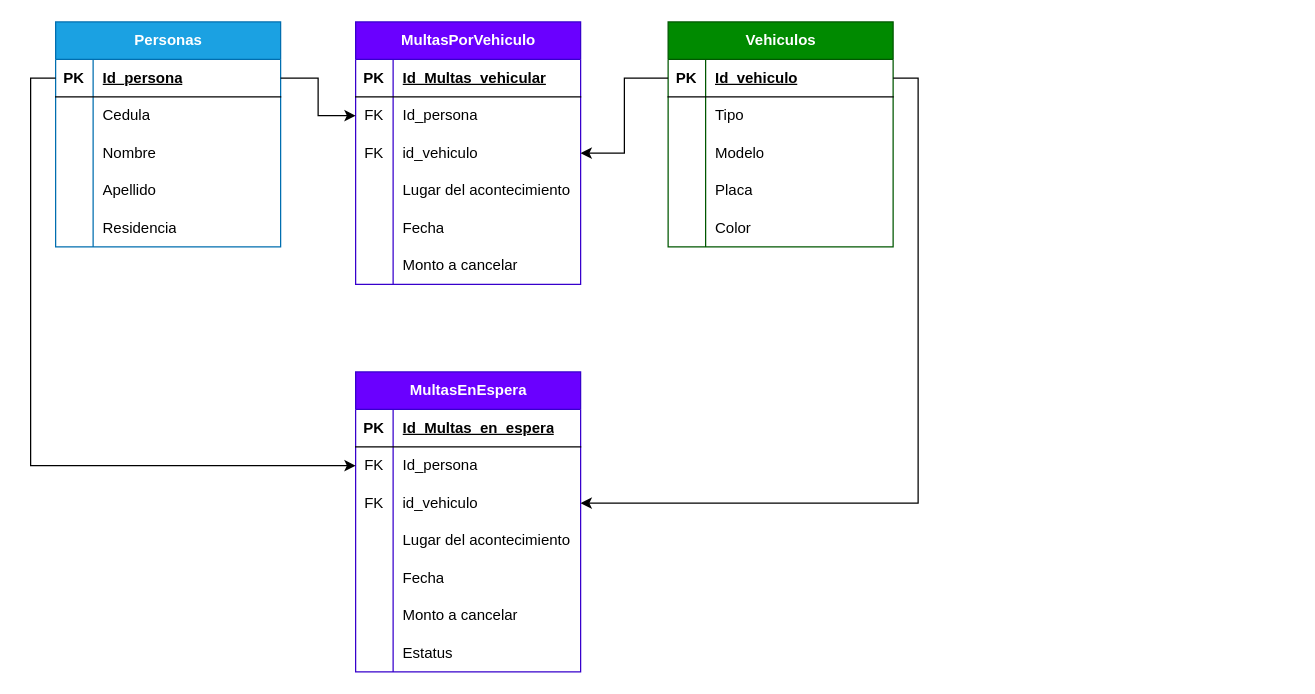
Enmanuel-86/MultasLoader keeps this draw.io diagram as src/diagrama entidad relacion.drawio. Above is the earlier version. Source tidied: cells renumbered, new cells numbered last; positions are measured from the earlier drawing's top-left corner, leaving out a move shared by most shapes. Both pictures are drawn from the tidied source at 125%, with x=0, y=0 at pixel (55, 21).
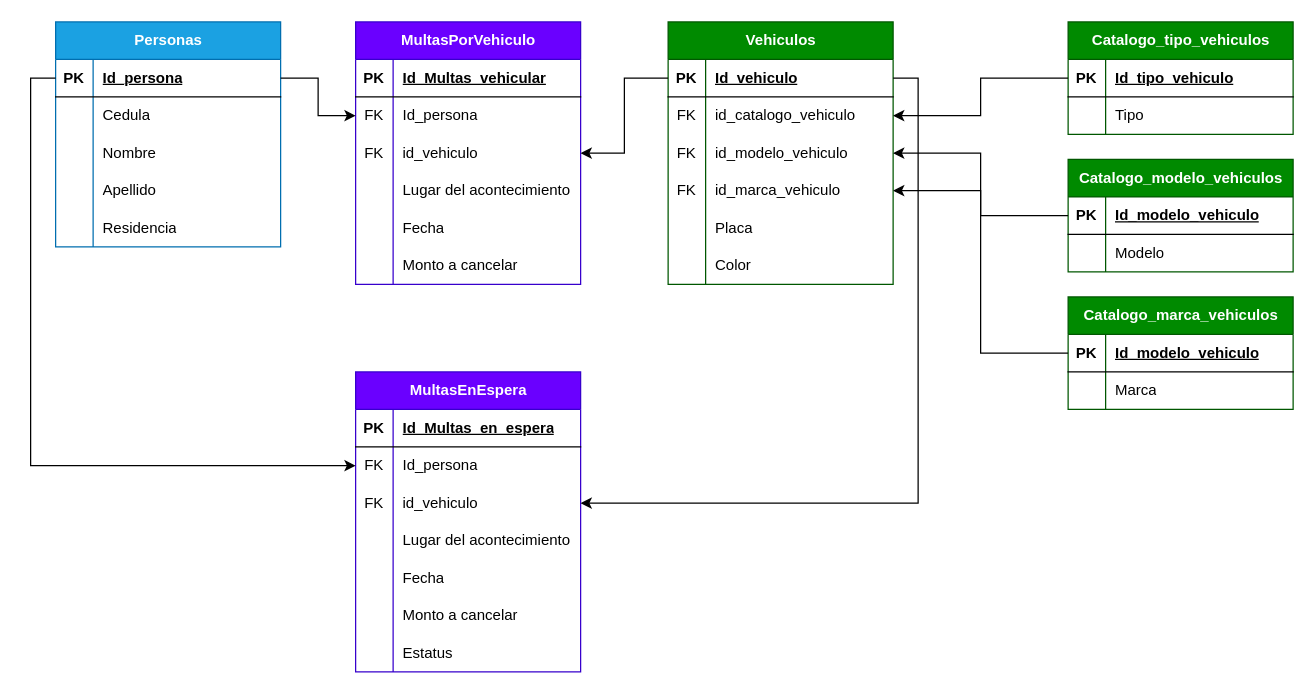
The same diagram, later.

Commit message (it also covers changes not shown here):
restructurando el diagrama

The change refers to these unchanged cells:
```xml
<mxCell id="22" style="shape=tableRow;horizontal=0;startSize=0;swimlaneHead=0;swimlaneBody=0;fillColor=none;points=[[0,0.5],[1,0.5]];portConstraint=eastwest;top=0;left=0;right=0;bottom=0;" parent="18" vertex="1">
  <mxGeometry y="60" width="180" height="30" as="geometry" />
</mxCell>
<mxCell id="25" style="shape=tableRow;horizontal=0;startSize=0;swimlaneHead=0;swimlaneBody=0;fillColor=none;points=[[0,0.5],[1,0.5]];portConstraint=eastwest;top=0;left=0;right=0;bottom=0;" parent="18" vertex="1">
  <mxGeometry y="90" width="180" height="30" as="geometry" />
</mxCell>
```

Change to the diagram source:
```diff
@@
     <mxCell id="18" value="Vehiculos" style="shape=table;startSize=30;childLayout=tableLayout;rowLines=0;fontStyle=1;align=center;html=1;verticalAlign=middle;fillColor=#008a00;fontColor=#ffffff;strokeColor=#005700;" parent="1" vertex="1">
-      <mxGeometry x="490" width="180" height="180" as="geometry" />
+      <mxGeometry x="490" width="180" height="210" as="geometry" />
     </mxCell>
@@
-    <mxCell id="23" style="shape=partialRectangle;fillColor=none;top=0;left=0;bottom=0;right=0;overflow=hidden;whiteSpace=wrap;html=1;" parent="22" vertex="1">
+    <mxCell id="23" value="FK" style="shape=partialRectangle;fillColor=none;top=0;left=0;bottom=0;right=0;overflow=hidden;whiteSpace=wrap;html=1;" parent="22" vertex="1">
       <mxGeometry width="30" height="30" as="geometry" />
     </mxCell>
-    <mxCell id="24" value="Tipo" style="shape=partialRectangle;fillColor=none;top=0;left=0;bottom=0;right=0;align=left;spacingLeft=6;overflow=hidden;whiteSpace=wrap;html=1;" parent="22" vertex="1">
+    <mxCell id="24" value="id_catalogo_vehiculo" style="shape=partialRectangle;fillColor=none;top=0;left=0;bottom=0;right=0;align=left;spacingLeft=6;overflow=hidden;whiteSpace=wrap;html=1;" parent="22" vertex="1">
       <mxGeometry x="30" width="150" height="30" as="geometry" />
     </mxCell>
@@
-    <mxCell id="26" style="shape=partialRectangle;fillColor=none;top=0;left=0;bottom=0;right=0;overflow=hidden;whiteSpace=wrap;html=1;" parent="25" vertex="1">
+    <mxCell id="26" value="FK" style="shape=partialRectangle;fillColor=none;top=0;left=0;bottom=0;right=0;overflow=hidden;whiteSpace=wrap;html=1;" parent="25" vertex="1">
       <mxGeometry width="30" height="30" as="geometry" />
     </mxCell>
-    <mxCell id="27" value="Modelo" style="shape=partialRectangle;fillColor=none;top=0;left=0;bottom=0;right=0;align=left;spacingLeft=6;overflow=hidden;whiteSpace=wrap;html=1;" parent="25" vertex="1">
+    <mxCell id="27" value="id_modelo_vehiculo" style="shape=partialRectangle;fillColor=none;top=0;left=0;bottom=0;right=0;align=left;spacingLeft=6;overflow=hidden;whiteSpace=wrap;html=1;" parent="25" vertex="1">
       <mxGeometry x="30" width="150" height="30" as="geometry" />
     </mxCell>
+    <mxCell id="79" style="shape=tableRow;horizontal=0;startSize=0;swimlaneHead=0;swimlaneBody=0;fillColor=none;points=[[0,0.5],[1,0.5]];portConstraint=eastwest;top=0;left=0;right=0;bottom=0;" parent="18" vertex="1">
+      <mxGeometry y="120" width="180" height="30" as="geometry" />
+    </mxCell>
+    <mxCell id="80" value="FK" style="shape=partialRectangle;fillColor=none;top=0;left=0;bottom=0;right=0;overflow=hidden;whiteSpace=wrap;html=1;" parent="79" vertex="1">
+      <mxGeometry width="30" height="30" as="geometry" />
+    </mxCell>
+    <mxCell id="81" value="id_marca_vehiculo" style="shape=partialRectangle;fillColor=none;top=0;left=0;bottom=0;right=0;align=left;spacingLeft=6;overflow=hidden;whiteSpace=wrap;html=1;" parent="79" vertex="1">
+      <mxGeometry x="30" width="150" height="30" as="geometry" />
+    </mxCell>
     <mxCell id="28" style="shape=tableRow;horizontal=0;startSize=0;swimlaneHead=0;swimlaneBody=0;fillColor=none;top=0;left=0;right=0;bottom=0;" parent="18" vertex="1">
-      <mxGeometry y="120" width="180" height="30" as="geometry" />
+      <mxGeometry y="150" width="180" height="30" as="geometry" />
     </mxCell>
@@
     <mxCell id="31" style="shape=tableRow;horizontal=0;startSize=0;swimlaneHead=0;swimlaneBody=0;fillColor=none;top=0;left=0;right=0;bottom=0;" parent="18" vertex="1">
-      <mxGeometry y="150" width="180" height="30" as="geometry" />
+      <mxGeometry y="180" width="180" height="30" as="geometry" />
     </mxCell>
@@
+    <mxCell id="82" value="Catalogo_tipo_vehiculos" style="shape=table;startSize=30;childLayout=tableLayout;rowLines=0;fontStyle=1;align=center;html=1;verticalAlign=middle;fillColor=#008a00;fontColor=#ffffff;strokeColor=#005700;" parent="1" vertex="1">
+      <mxGeometry x="810" width="180" height="90" as="geometry" />
+    </mxCell>
+    <mxCell id="83" style="shape=tableRow;horizontal=0;startSize=0;swimlaneHead=0;swimlaneBody=0;fillColor=none;points=[[0,0.5],[1,0.5]];portConstraint=eastwest;top=0;left=0;right=0;bottom=1;" parent="82" vertex="1">
+      <mxGeometry y="30" width="180" height="30" as="geometry" />
+    </mxCell>
+    <mxCell id="84" value="PK" style="shape=partialRectangle;fillColor=none;top=0;left=0;bottom=0;right=0;fontStyle=1;overflow=hidden;whiteSpace=wrap;html=1;" parent="83" vertex="1">
+      <mxGeometry width="30" height="30" as="geometry" />
+    </mxCell>
+    <mxCell id="85" value="Id_tipo_vehiculo" style="shape=partialRectangle;fillColor=none;top=0;left=0;bottom=0;right=0;align=left;spacingLeft=6;fontStyle=5;overflow=hidden;whiteSpace=wrap;html=1;" parent="83" vertex="1">
+      <mxGeometry x="30" width="150" height="30" as="geometry" />
+    </mxCell>
+    <mxCell id="86" style="shape=tableRow;horizontal=0;startSize=0;swimlaneHead=0;swimlaneBody=0;fillColor=none;top=0;left=0;right=0;bottom=0;" parent="82" vertex="1">
+      <mxGeometry y="60" width="180" height="30" as="geometry" />
+    </mxCell>
+    <mxCell id="87" style="shape=partialRectangle;fillColor=none;top=0;left=0;bottom=0;right=0;overflow=hidden;whiteSpace=wrap;html=1;" parent="86" vertex="1">
+      <mxGeometry width="30" height="30" as="geometry" />
+    </mxCell>
+    <mxCell id="88" value="Tipo" style="shape=partialRectangle;fillColor=none;top=0;left=0;bottom=0;right=0;align=left;spacingLeft=6;overflow=hidden;whiteSpace=wrap;html=1;" parent="86" vertex="1">
+      <mxGeometry x="30" width="150" height="30" as="geometry" />
+    </mxCell>
+    <mxCell id="89" style="edgeStyle=orthogonalEdgeStyle;rounded=0;jettySize=auto;html=1;exitX=0;exitY=0.5;exitDx=0;exitDy=0;" parent="1" edge="1" source="83" target="22">
+      <mxGeometry relative="1" as="geometry" />
+    </mxCell>
+    <mxCell id="90" value="Catalogo_modelo_vehiculos" style="shape=table;startSize=30;childLayout=tableLayout;rowLines=0;fontStyle=1;align=center;html=1;verticalAlign=middle;fillColor=#008a00;fontColor=#ffffff;strokeColor=#005700;" parent="1" vertex="1">
+      <mxGeometry x="810" y="110" width="180" height="90" as="geometry" />
+    </mxCell>
+    <mxCell id="91" style="shape=tableRow;horizontal=0;startSize=0;swimlaneHead=0;swimlaneBody=0;fillColor=none;points=[[0,0.5],[1,0.5]];portConstraint=eastwest;top=0;left=0;right=0;bottom=1;" parent="90" vertex="1">
+      <mxGeometry y="30" width="180" height="30" as="geometry" />
+    </mxCell>
+    <mxCell id="92" value="PK" style="shape=partialRectangle;fillColor=none;top=0;left=0;bottom=0;right=0;fontStyle=1;overflow=hidden;whiteSpace=wrap;html=1;" parent="91" vertex="1">
+      <mxGeometry width="30" height="30" as="geometry" />
+    </mxCell>
+    <mxCell id="93" value="Id_modelo_vehiculo" style="shape=partialRectangle;fillColor=none;top=0;left=0;bottom=0;right=0;align=left;spacingLeft=6;fontStyle=5;overflow=hidden;whiteSpace=wrap;html=1;" parent="91" vertex="1">
+      <mxGeometry x="30" width="150" height="30" as="geometry" />
+    </mxCell>
+    <mxCell id="94" style="shape=tableRow;horizontal=0;startSize=0;swimlaneHead=0;swimlaneBody=0;fillColor=none;top=0;left=0;right=0;bottom=0;" parent="90" vertex="1">
+      <mxGeometry y="60" width="180" height="30" as="geometry" />
+    </mxCell>
+    <mxCell id="95" style="shape=partialRectangle;fillColor=none;top=0;left=0;bottom=0;right=0;overflow=hidden;whiteSpace=wrap;html=1;" parent="94" vertex="1">
+      <mxGeometry width="30" height="30" as="geometry" />
+    </mxCell>
+    <mxCell id="96" value="Modelo" style="shape=partialRectangle;fillColor=none;top=0;left=0;bottom=0;right=0;align=left;spacingLeft=6;overflow=hidden;whiteSpace=wrap;html=1;" parent="94" vertex="1">
+      <mxGeometry x="30" width="150" height="30" as="geometry" />
+    </mxCell>
+    <mxCell id="97" style="edgeStyle=orthogonalEdgeStyle;rounded=0;jettySize=auto;html=1;exitX=0;exitY=0.5;exitDx=0;exitDy=0;entryX=1;entryY=0.5;entryDx=0;entryDy=0;" parent="1" edge="1" source="91" target="25">
+      <mxGeometry relative="1" as="geometry" />
+    </mxCell>
+    <mxCell id="98" value="Catalogo_marca_vehiculos" style="shape=table;startSize=30;childLayout=tableLayout;rowLines=0;fontStyle=1;align=center;html=1;verticalAlign=middle;fillColor=#008a00;fontColor=#ffffff;strokeColor=#005700;" parent="1" vertex="1">
+      <mxGeometry x="810" y="220" width="180" height="90" as="geometry" />
+    </mxCell>
+    <mxCell id="99" style="shape=tableRow;horizontal=0;startSize=0;swimlaneHead=0;swimlaneBody=0;fillColor=none;points=[[0,0.5],[1,0.5]];portConstraint=eastwest;top=0;left=0;right=0;bottom=1;" parent="98" vertex="1">
+      <mxGeometry y="30" width="180" height="30" as="geometry" />
+    </mxCell>
+    <mxCell id="100" value="PK" style="shape=partialRectangle;fillColor=none;top=0;left=0;bottom=0;right=0;fontStyle=1;overflow=hidden;whiteSpace=wrap;html=1;" parent="99" vertex="1">
+      <mxGeometry width="30" height="30" as="geometry" />
+    </mxCell>
+    <mxCell id="101" value="Id_modelo_vehiculo" style="shape=partialRectangle;fillColor=none;top=0;left=0;bottom=0;right=0;align=left;spacingLeft=6;fontStyle=5;overflow=hidden;whiteSpace=wrap;html=1;" parent="99" vertex="1">
+      <mxGeometry x="30" width="150" height="30" as="geometry" />
+    </mxCell>
+    <mxCell id="102" style="shape=tableRow;horizontal=0;startSize=0;swimlaneHead=0;swimlaneBody=0;fillColor=none;top=0;left=0;right=0;bottom=0;" parent="98" vertex="1">
+      <mxGeometry y="60" width="180" height="30" as="geometry" />
+    </mxCell>
+    <mxCell id="103" style="shape=partialRectangle;fillColor=none;top=0;left=0;bottom=0;right=0;overflow=hidden;whiteSpace=wrap;html=1;" parent="102" vertex="1">
+      <mxGeometry width="30" height="30" as="geometry" />
+    </mxCell>
+    <mxCell id="104" value="Marca" style="shape=partialRectangle;fillColor=none;top=0;left=0;bottom=0;right=0;align=left;spacingLeft=6;overflow=hidden;whiteSpace=wrap;html=1;" parent="102" vertex="1">
+      <mxGeometry x="30" width="150" height="30" as="geometry" />
+    </mxCell>
+    <mxCell id="105" style="edgeStyle=orthogonalEdgeStyle;rounded=0;jettySize=auto;html=1;exitX=0;exitY=0.5;exitDx=0;exitDy=0;entryX=1;entryY=0.5;entryDx=0;entryDy=0;" parent="1" edge="1" source="99" target="79">
+      <mxGeometry relative="1" as="geometry" />
+    </mxCell>
```
